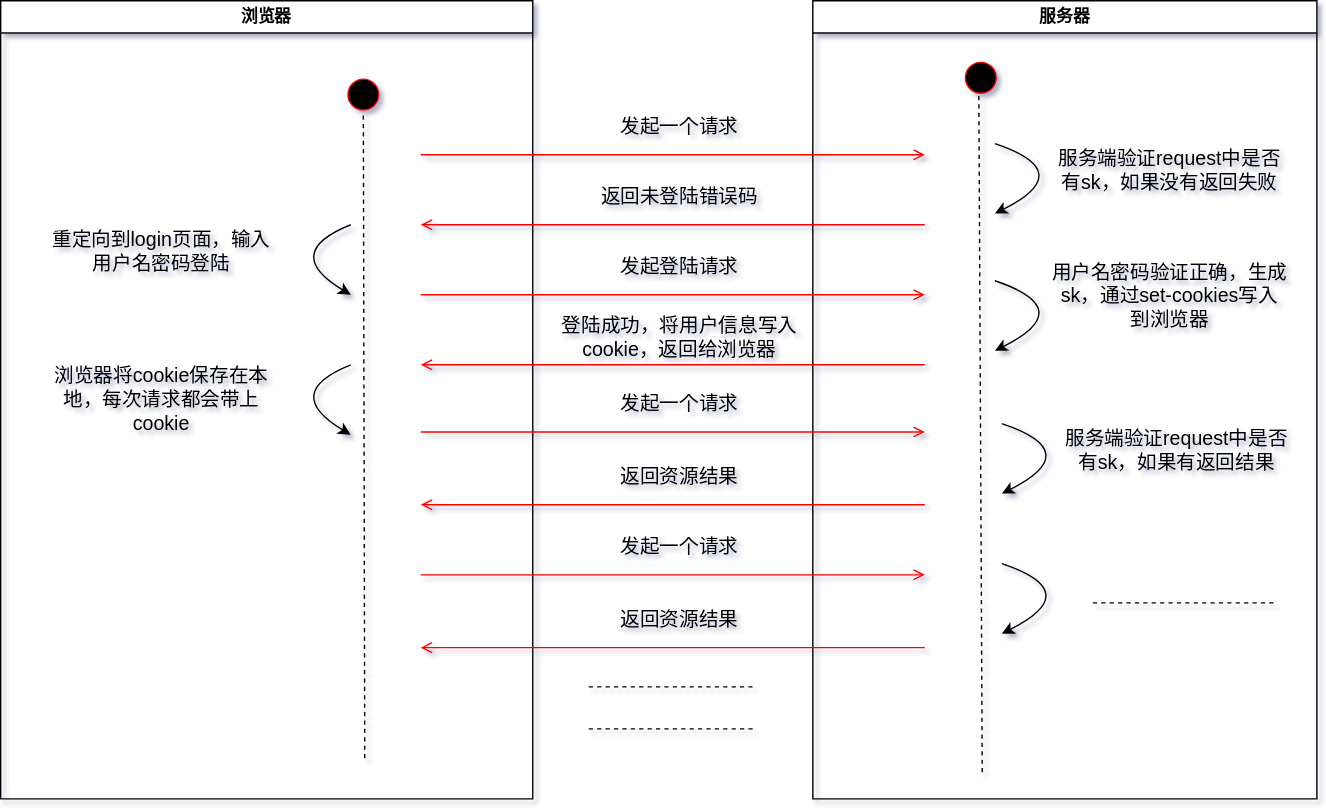
Above: img/session-cookie.svg in Dean-chen-c/Blog (draw.io), before the change. Source tidied: cells renumbered, new cells last; positions are measured from the earlier drawing's top-left corner, leaving out a move shared by most shapes.
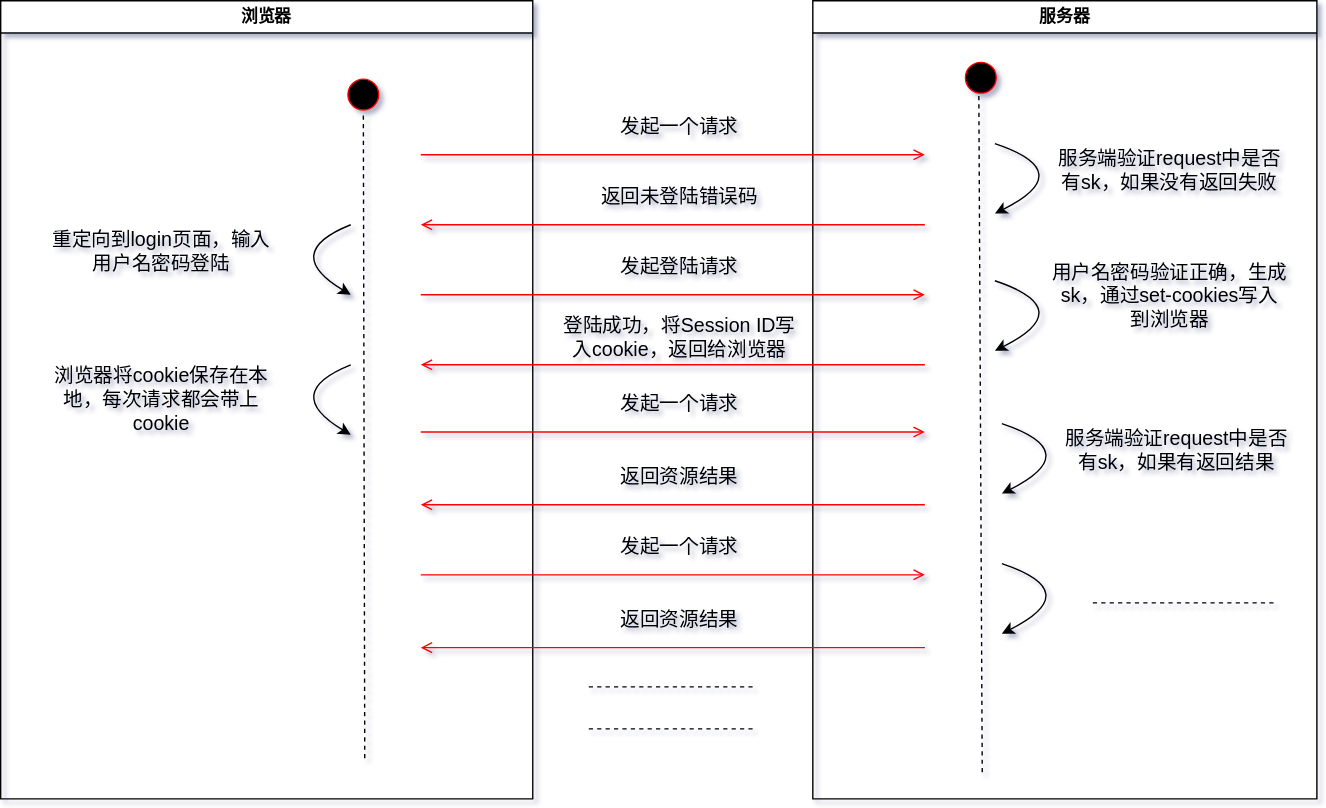
After the commit.

The edit, as a diff of the source:
```diff
@@ -127,7 +127,7 @@
         </Array>
       </mxGeometry>
     </mxCell>
-    <mxCell id="26" value="登陆成功，将用户信息写入cookie，返回给浏览器" style="text;html=1;strokeColor=none;fillColor=none;align=center;verticalAlign=middle;whiteSpace=wrap;rounded=0;fontSize=14;" parent="1" vertex="1">
+    <mxCell id="26" value="登陆成功，将Session ID写入cookie，返回给浏览器" style="text;html=1;strokeColor=none;fillColor=none;align=center;verticalAlign=middle;whiteSpace=wrap;rounded=0;fontSize=14;" parent="1" vertex="1">
       <mxGeometry x="400" y="230" width="170" height="20" as="geometry" />
     </mxCell>
     <mxCell id="27" style="endArrow=open;strokeColor=#FF0000;endFill=1;rounded=0;" parent="1" edge="1">
```
